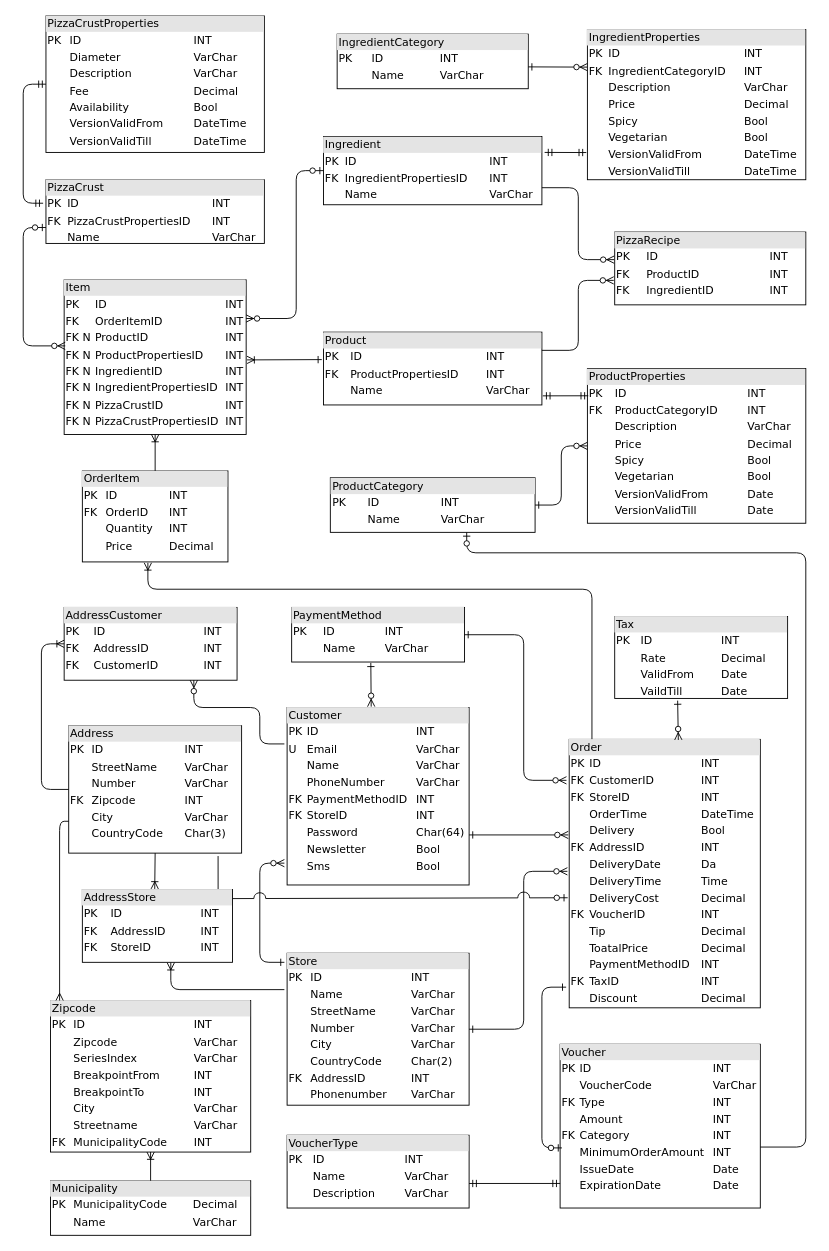
This is DBO_huidige_situatie_last_update.drawio from SlatanEnLexSemester4/Mario-Pizza-Case, a draw.io file, before an edit. Source tidied: cells renumbered, new cells numbered last; positions are measured from the earlier drawing's top-left corner, leaving out a move shared by most shapes. Both pictures are drawn from the tidied source at 91%, with x=0, y=0 at pixel (23, 15).
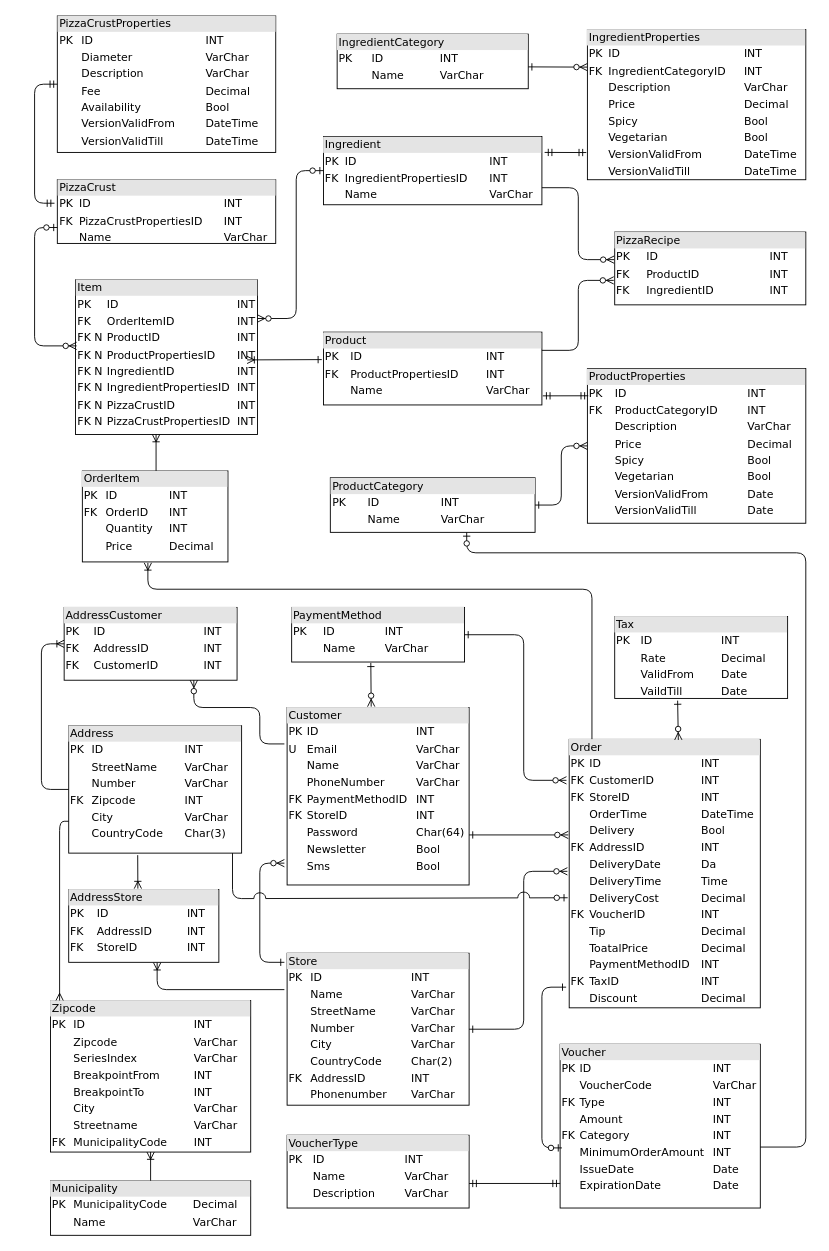
The same diagram, later.

Unchanged cells that the change refers to:
```xml
<mxCell id="13" value="&lt;div style=&quot;box-sizing: border-box ; width: 100% ; background: #e4e4e4 ; padding: 2px&quot;&gt;OrderItem&lt;br&gt;&lt;/div&gt;&lt;table style=&quot;width: 100% ; font-size: 1em&quot; cellspacing=&quot;0&quot; cellpadding=&quot;2&quot;&gt;&lt;tbody&gt;&lt;tr&gt;&lt;td&gt;PK&lt;/td&gt;&lt;td&gt;ID&lt;/td&gt;&lt;td&gt;INT&lt;/td&gt;&lt;/tr&gt;&lt;tr&gt;&lt;td&gt;FK&lt;/td&gt;&lt;td&gt;OrderID&lt;br&gt;&lt;/td&gt;&lt;td&gt;INT&lt;/td&gt;&lt;/tr&gt;&lt;tr&gt;&lt;td&gt;&lt;br&gt;&lt;/td&gt;&lt;td&gt;Quantity&lt;/td&gt;&lt;td&gt;INT&lt;/td&gt;&lt;/tr&gt;&lt;tr&gt;&lt;td&gt;&lt;br&gt;&lt;/td&gt;&lt;td&gt;Price&lt;br&gt;&lt;/td&gt;&lt;td&gt;Decimal&lt;br&gt;&lt;/td&gt;&lt;/tr&gt;&lt;/tbody&gt;&lt;/table&gt;" style="verticalAlign=top;align=left;overflow=fill;html=1;rounded=0;shadow=0;comic=0;labelBackgroundColor=none;strokeWidth=1;fontFamily=Verdana;fontSize=12;" parent="1" vertex="1">
  <mxGeometry x="65" y="500" width="160" height="100" as="geometry" />
</mxCell>
<mxCell id="14" value="&lt;div style=&quot;box-sizing: border-box ; width: 100% ; background: #e4e4e4 ; padding: 2px&quot;&gt;Order&lt;br&gt;&lt;/div&gt;&lt;table style=&quot;width: 100% ; font-size: 1em&quot; cellspacing=&quot;0&quot; cellpadding=&quot;2&quot;&gt;&lt;tbody&gt;&lt;tr&gt;&lt;td&gt;PK&lt;/td&gt;&lt;td&gt;ID&lt;br&gt;&lt;/td&gt;&lt;td&gt;INT&lt;/td&gt;&lt;/tr&gt;&lt;tr&gt;&lt;td&gt;FK&lt;/td&gt;&lt;td&gt;CustomerID&lt;br&gt;&lt;/td&gt;&lt;td&gt;INT&lt;/td&gt;&lt;/tr&gt;&lt;tr&gt;&lt;td&gt;FK&lt;/td&gt;&lt;td&gt;StoreID&lt;/td&gt;&lt;td&gt;INT&lt;/td&gt;&lt;/tr&gt;&lt;tr&gt;&lt;td&gt;&lt;br&gt;&lt;/td&gt;&lt;td&gt;OrderTime&lt;/td&gt;&lt;td&gt;DateTime&lt;/td&gt;&lt;/tr&gt;&lt;tr&gt;&lt;td&gt;&lt;br&gt;&lt;/td&gt;&lt;td&gt;Delivery&lt;/td&gt;&lt;td&gt;Bool&lt;/td&gt;&lt;/tr&gt;&lt;tr&gt;&lt;td&gt;FK&lt;/td&gt;&lt;td&gt;AddressID&lt;/td&gt;&lt;td&gt;INT&lt;/td&gt;&lt;/tr&gt;&lt;tr&gt;&lt;td&gt;&lt;br&gt;&lt;/td&gt;&lt;td&gt;DeliveryDate&lt;/td&gt;&lt;td&gt;Da&lt;/td&gt;&lt;/tr&gt;&lt;tr&gt;&lt;td&gt;&lt;br&gt;&lt;/td&gt;&lt;td&gt;DeliveryTime&lt;/td&gt;&lt;td&gt;Time&lt;/td&gt;&lt;/tr&gt;&lt;tr&gt;&lt;td&gt;&lt;br&gt;&lt;/td&gt;&lt;td&gt;DeliveryCost&lt;/td&gt;&lt;td&gt;Decimal&lt;/td&gt;&lt;/tr&gt;&lt;tr&gt;&lt;td&gt;FK&lt;/td&gt;&lt;td&gt;VoucherID&lt;/td&gt;&lt;td&gt;INT&lt;/td&gt;&lt;/tr&gt;&lt;tr&gt;&lt;td&gt;&lt;br&gt;&lt;/td&gt;&lt;td&gt;Tip&lt;/td&gt;&lt;td&gt;Decimal&lt;br&gt;&lt;/td&gt;&lt;/tr&gt;&lt;tr&gt;&lt;td&gt;&lt;br&gt;&lt;/td&gt;&lt;td&gt;ToatalPrice&lt;/td&gt;&lt;td&gt;Decimal&lt;/td&gt;&lt;/tr&gt;&lt;tr&gt;&lt;td&gt;&lt;br&gt;&lt;/td&gt;&lt;td&gt;PaymentMethodID&lt;/td&gt;&lt;td&gt;INT&lt;br&gt;&lt;/td&gt;&lt;/tr&gt;&lt;tr&gt;&lt;td&gt;FK&lt;/td&gt;&lt;td&gt;TaxID&lt;/td&gt;&lt;td&gt;INT&lt;/td&gt;&lt;/tr&gt;&lt;tr&gt;&lt;td&gt;&lt;br&gt;&lt;/td&gt;&lt;td&gt;Discount&lt;/td&gt;&lt;td&gt;Decimal&lt;/td&gt;&lt;/tr&gt;&lt;/tbody&gt;&lt;/table&gt;" style="verticalAlign=top;align=left;overflow=fill;html=1;rounded=0;shadow=0;comic=0;labelBackgroundColor=none;strokeWidth=1;fontFamily=Verdana;fontSize=12;" parent="1" vertex="1">
  <mxGeometry x="600" y="795" width="210" height="295" as="geometry" />
</mxCell>
<mxCell id="17" value="&lt;div style=&quot;box-sizing: border-box ; width: 100% ; background: #e4e4e4 ; padding: 2px&quot;&gt;Address&lt;br&gt;&lt;/div&gt;&lt;table style=&quot;width: 100% ; font-size: 1em&quot; cellspacing=&quot;0&quot; cellpadding=&quot;2&quot;&gt;&lt;tbody&gt;&lt;tr&gt;&lt;td&gt;PK&lt;/td&gt;&lt;td&gt;ID&lt;br&gt;&lt;/td&gt;&lt;td&gt;INT&lt;/td&gt;&lt;/tr&gt;&lt;tr&gt;&lt;td&gt;&lt;br&gt;&lt;/td&gt;&lt;td&gt;StreetName&lt;/td&gt;&lt;td&gt;VarChar&lt;/td&gt;&lt;/tr&gt;&lt;tr&gt;&lt;td&gt;&lt;br&gt;&lt;/td&gt;&lt;td&gt;Number&lt;/td&gt;&lt;td&gt;VarChar&lt;/td&gt;&lt;/tr&gt;&lt;tr&gt;&lt;td&gt;FK&lt;/td&gt;&lt;td&gt;Zipcode&lt;/td&gt;&lt;td&gt;INT&lt;/td&gt;&lt;/tr&gt;&lt;tr&gt;&lt;td&gt;&lt;br&gt;&lt;/td&gt;&lt;td&gt;City&lt;/td&gt;&lt;td&gt;VarChar&lt;/td&gt;&lt;/tr&gt;&lt;tr&gt;&lt;td&gt;&lt;br&gt;&lt;/td&gt;&lt;td&gt;CountryCode&lt;/td&gt;&lt;td&gt;Char(3)&lt;/td&gt;&lt;/tr&gt;&lt;/tbody&gt;&lt;/table&gt;" style="verticalAlign=top;align=left;overflow=fill;html=1;rounded=0;shadow=0;comic=0;labelBackgroundColor=none;strokeWidth=1;fontFamily=Verdana;fontSize=12;" parent="1" vertex="1">
  <mxGeometry x="50" y="780" width="190" height="140" as="geometry" />
</mxCell>
```

What changed in the source:
```diff
@@
     <mxCell id="3" value="&lt;div style=&quot;box-sizing: border-box ; width: 100% ; background: #e4e4e4 ; padding: 2px&quot;&gt;PizzaCrust&lt;br&gt;&lt;/div&gt;&lt;table style=&quot;width: 100% ; font-size: 1em&quot; cellspacing=&quot;0&quot; cellpadding=&quot;2&quot;&gt;&lt;tbody&gt;&lt;tr&gt;&lt;td&gt;PK&lt;/td&gt;&lt;td&gt;ID&lt;/td&gt;&lt;td&gt;INT&lt;/td&gt;&lt;/tr&gt;&lt;tr&gt;&lt;td&gt;FK&lt;/td&gt;&lt;td&gt;PizzaCrustPropertiesID&lt;/td&gt;&lt;td&gt;INT&lt;/td&gt;&lt;/tr&gt;&lt;tr&gt;&lt;td&gt;&lt;br&gt;&lt;/td&gt;&lt;td&gt;Name&lt;br&gt;&lt;/td&gt;&lt;td&gt;VarChar&lt;/td&gt;&lt;/tr&gt;&lt;/tbody&gt;&lt;/table&gt;" style="verticalAlign=top;align=left;overflow=fill;html=1;rounded=0;shadow=0;comic=0;labelBackgroundColor=none;strokeWidth=1;fontFamily=Verdana;fontSize=12;" parent="1" vertex="1">
-      <mxGeometry x="25" y="180" width="240" height="70" as="geometry" />
+      <mxGeometry x="37.5" y="180" width="240" height="70" as="geometry" />
     </mxCell>
@@
     <mxCell id="19" value="&lt;div style=&quot;box-sizing: border-box ; width: 100% ; background: #e4e4e4 ; padding: 2px&quot;&gt;Item&lt;br&gt;&lt;/div&gt;&lt;table style=&quot;width: 100% ; font-size: 1em&quot; cellspacing=&quot;0&quot; cellpadding=&quot;2&quot;&gt;&lt;tbody&gt;&lt;tr&gt;&lt;td&gt;PK&lt;/td&gt;&lt;td&gt;ID&lt;/td&gt;&lt;td&gt;INT&lt;/td&gt;&lt;/tr&gt;&lt;tr&gt;&lt;td&gt;FK&lt;/td&gt;&lt;td&gt;OrderItemID&lt;br&gt;&lt;/td&gt;&lt;td&gt;INT&lt;/td&gt;&lt;/tr&gt;&lt;tr&gt;&lt;td&gt;FK N&lt;/td&gt;&lt;td&gt;ProductID&lt;/td&gt;&lt;td&gt;INT&lt;/td&gt;&lt;/tr&gt;&lt;tr&gt;&lt;td&gt;FK N&lt;/td&gt;&lt;td&gt;&lt;span style=&quot;background-color: rgb(255 , 255 , 255)&quot;&gt;ProductPropertiesID&lt;/span&gt;&lt;/td&gt;&lt;td&gt;INT&lt;/td&gt;&lt;/tr&gt;&lt;tr&gt;&lt;td&gt;FK N&lt;/td&gt;&lt;td&gt;IngredientID&lt;/td&gt;&lt;td&gt;INT&lt;/td&gt;&lt;/tr&gt;&lt;tr&gt;&lt;td&gt;FK N&lt;/td&gt;&lt;td&gt;&lt;span style=&quot;background-color: rgb(255 , 255 , 255)&quot;&gt;IngredientPropertiesID&lt;/span&gt;&lt;/td&gt;&lt;td&gt;INT&lt;/td&gt;&lt;/tr&gt;&lt;tr&gt;&lt;td&gt;FK N&lt;/td&gt;&lt;td&gt;PizzaCrustID&lt;/td&gt;&lt;td&gt;INT&lt;/td&gt;&lt;/tr&gt;&lt;tr&gt;&lt;td&gt;FK N&lt;/td&gt;&lt;td&gt;&lt;span style=&quot;background-color: rgb(255 , 255 , 255)&quot;&gt;PizzaCrustPropertiesID&lt;/span&gt;&lt;/td&gt;&lt;td&gt;INT&lt;/td&gt;&lt;/tr&gt;&lt;/tbody&gt;&lt;/table&gt;" style="verticalAlign=top;align=left;overflow=fill;html=1;rounded=0;shadow=0;comic=0;labelBackgroundColor=none;strokeWidth=1;fontFamily=Verdana;fontSize=12;" parent="1" vertex="1">
-      <mxGeometry x="45" y="290" width="200" height="170" as="geometry" />
+      <mxGeometry x="57.5" y="290" width="200" height="170" as="geometry" />
     </mxCell>
@@
-    <mxCell id="23" style="fontSize=12;html=1;endArrow=ERoneToMany;endFill=0;exitX=0.5;exitY=0;exitDx=0;exitDy=0;entryX=0.5;entryY=1;entryDx=0;entryDy=0;" parent="1" edge="1" source="13" target="19">
-      <mxGeometry relative="1" as="geometry" />
+    <mxCell id="23" style="fontSize=12;html=1;endArrow=ERoneToMany;endFill=0;" parent="1" edge="1">
+      <mxGeometry relative="1" as="geometry">
+        <mxPoint x="146" y="500" as="sourcePoint" />
+        <mxPoint x="146" y="460" as="targetPoint" />
+      </mxGeometry>
     </mxCell>
     <mxCell id="24" style="fontSize=12;html=1;endArrow=ERzeroToOne;endFill=1;startArrow=ERzeroToMany;startFill=1;exitX=0.006;exitY=0.427;exitDx=0;exitDy=0;entryX=0;entryY=0.75;entryDx=0;entryDy=0;exitPerimeter=0;edgeStyle=orthogonalEdgeStyle;" parent="1" edge="1" source="19" target="3">
       <mxGeometry relative="1" as="geometry">
         <Array as="points">
-          <mxPoint y="363" />
-          <mxPoint y="232" />
+          <mxPoint x="12.5" y="363" />
+          <mxPoint x="12.5" y="232" />
         </Array>
       </mxGeometry>
     </mxCell>
@@
-    <mxCell id="40" style="edgeStyle=orthogonalEdgeStyle;fontSize=12;html=1;endArrow=ERzeroToOne;endFill=1;jumpStyle=arc;jumpSize=13;exitX=0.864;exitY=1.023;exitDx=0;exitDy=0;exitPerimeter=0;entryX=-0.008;entryY=0.59;entryDx=0;entryDy=0;entryPerimeter=0;" parent="1" edge="1" source="17" target="14">
+    <mxCell id="40" style="edgeStyle=orthogonalEdgeStyle;fontSize=12;html=1;endArrow=ERzeroToOne;endFill=1;jumpStyle=arc;jumpSize=13;entryX=-0.008;entryY=0.59;entryDx=0;entryDy=0;entryPerimeter=0;" parent="1" edge="1" source="17" target="14">
       <mxGeometry relative="1" as="geometry">
         <Array as="points">
-          <mxPoint x="214" y="970" />
+          <mxPoint x="230" y="970" />
           <mxPoint x="240" y="970" />
         </Array>
       </mxGeometry>
     </mxCell>
@@
     <mxCell id="43" value="&lt;div style=&quot;box-sizing: border-box ; width: 100% ; background: #e4e4e4 ; padding: 2px&quot;&gt;PizzaCrustProperties&lt;br&gt;&lt;/div&gt;&lt;table style=&quot;width: 100% ; font-size: 1em&quot; cellspacing=&quot;0&quot; cellpadding=&quot;2&quot;&gt;&lt;tbody&gt;&lt;tr&gt;&lt;td&gt;PK&lt;/td&gt;&lt;td&gt;ID&lt;/td&gt;&lt;td&gt;INT&lt;/td&gt;&lt;/tr&gt;&lt;tr&gt;&lt;td&gt;&lt;br&gt;&lt;/td&gt;&lt;td&gt;Diameter&lt;br&gt;&lt;/td&gt;&lt;td&gt;VarChar&lt;/td&gt;&lt;/tr&gt;&lt;tr&gt;&lt;td&gt;&lt;br&gt;&lt;/td&gt;&lt;td&gt;Description&lt;br&gt;&lt;/td&gt;&lt;td&gt;VarChar&lt;/td&gt;&lt;/tr&gt;&lt;tr&gt;&lt;td&gt;&lt;br&gt;&lt;/td&gt;&lt;td&gt;Fee&lt;br&gt;&lt;/td&gt;&lt;td&gt;Decimal&lt;/td&gt;&lt;/tr&gt;&lt;tr&gt;&lt;td&gt;&lt;br&gt;&lt;/td&gt;&lt;td&gt;Availability&lt;br&gt;&lt;/td&gt;&lt;td&gt;Bool&lt;/td&gt;&lt;/tr&gt;&lt;tr&gt;&lt;td&gt;&lt;br&gt;&lt;/td&gt;&lt;td&gt;VersionValidFrom&lt;/td&gt;&lt;td&gt;DateTime&lt;/td&gt;&lt;/tr&gt;&lt;tr&gt;&lt;td&gt;&lt;br&gt;&lt;/td&gt;&lt;td&gt;VersionValidTill&lt;/td&gt;&lt;td&gt;DateTime&lt;/td&gt;&lt;/tr&gt;&lt;/tbody&gt;&lt;/table&gt;" style="verticalAlign=top;align=left;overflow=fill;html=1;rounded=0;shadow=0;comic=0;labelBackgroundColor=none;strokeWidth=1;fontFamily=Verdana;fontSize=12;" parent="1" vertex="1">
-      <mxGeometry x="25" width="240" height="150" as="geometry" />
+      <mxGeometry x="37.5" width="240" height="150" as="geometry" />
     </mxCell>
     <mxCell id="44" style="fontSize=12;html=1;endArrow=ERmandOne;startArrow=ERmandOne;exitX=-0.013;exitY=0.369;exitDx=0;exitDy=0;entryX=0;entryY=0.5;entryDx=0;entryDy=0;exitPerimeter=0;edgeStyle=orthogonalEdgeStyle;" parent="1" edge="1" source="3" target="43">
       <mxGeometry relative="1" as="geometry">
         <Array as="points">
-          <mxPoint y="206" />
-          <mxPoint y="75" />
+          <mxPoint x="12.5" y="206" />
+          <mxPoint x="12.5" y="75" />
         </Array>
       </mxGeometry>
     </mxCell>
@@
     <mxCell id="53" value="&lt;div style=&quot;box-sizing: border-box ; width: 100% ; background: #e4e4e4 ; padding: 2px&quot;&gt;AddressStore&lt;/div&gt;&lt;table style=&quot;width: 100% ; font-size: 1em&quot; cellspacing=&quot;0&quot; cellpadding=&quot;2&quot;&gt;&lt;tbody&gt;&lt;tr&gt;&lt;td&gt;PK&lt;/td&gt;&lt;td&gt;ID&lt;/td&gt;&lt;td&gt;INT&lt;/td&gt;&lt;/tr&gt;&lt;tr&gt;&lt;td&gt;FK&lt;/td&gt;&lt;td&gt;AddressID&lt;br&gt;&lt;/td&gt;&lt;td&gt;INT&lt;/td&gt;&lt;/tr&gt;&lt;tr&gt;&lt;td&gt;FK&lt;/td&gt;&lt;td&gt;StoreID&lt;br&gt;&lt;/td&gt;&lt;td&gt;INT&lt;br&gt;&lt;/td&gt;&lt;/tr&gt;&lt;tr&gt;&lt;td&gt;&lt;br&gt;&lt;/td&gt;&lt;td&gt;&lt;br&gt;&lt;/td&gt;&lt;td&gt;&lt;br&gt;&lt;/td&gt;&lt;/tr&gt;&lt;tr&gt;&lt;td&gt;&lt;br&gt;&lt;/td&gt;&lt;td&gt;&lt;br&gt;&lt;/td&gt;&lt;td&gt;&lt;br&gt;&lt;/td&gt;&lt;/tr&gt;&lt;tr&gt;&lt;td&gt;&lt;br&gt;&lt;/td&gt;&lt;td&gt;&lt;br&gt;&lt;/td&gt;&lt;td&gt;&lt;br&gt;&lt;/td&gt;&lt;/tr&gt;&lt;tr&gt;&lt;td&gt;&lt;br&gt;&lt;/td&gt;&lt;td&gt;&lt;br&gt;&lt;/td&gt;&lt;td&gt;&lt;br&gt;&lt;/td&gt;&lt;/tr&gt;&lt;tr&gt;&lt;td&gt;&lt;br&gt;&lt;/td&gt;&lt;td&gt;&lt;br&gt;&lt;/td&gt;&lt;td&gt;&lt;br&gt;&lt;/td&gt;&lt;/tr&gt;&lt;/tbody&gt;&lt;/table&gt;" style="verticalAlign=top;align=left;overflow=fill;html=1;rounded=0;shadow=0;comic=0;labelBackgroundColor=none;strokeWidth=1;fontFamily=Verdana;fontSize=12;" parent="1" vertex="1">
-      <mxGeometry x="65" y="960" width="165" height="80" as="geometry" />
+      <mxGeometry x="50" y="960" width="165" height="80" as="geometry" />
     </mxCell>
     <mxCell id="54" style="fontSize=12;html=1;endArrow=none;endFill=0;startArrow=ERoneToMany;startFill=0;exitX=0.589;exitY=1.005;exitDx=0;exitDy=0;exitPerimeter=0;edgeStyle=orthogonalEdgeStyle;" parent="1" edge="1" source="53">
       <mxGeometry relative="1" as="geometry">
         <mxPoint x="287" y="1070" as="targetPoint" />
         <Array as="points">
-          <mxPoint x="162" y="1070" />
+          <mxPoint x="147" y="1070" />
         </Array>
       </mxGeometry>
     </mxCell>
-    <mxCell id="55" style="fontSize=12;html=1;endArrow=none;endFill=0;entryX=0.5;entryY=1;entryDx=0;entryDy=0;exitX=0.482;exitY=-0.008;exitDx=0;exitDy=0;startArrow=ERoneToMany;startFill=0;exitPerimeter=0;" parent="1" edge="1" source="53" target="17">
-      <mxGeometry relative="1" as="geometry" />
+    <mxCell id="55" style="fontSize=12;html=1;endArrow=none;endFill=0;entryX=0.399;entryY=1.016;entryDx=0;entryDy=0;startArrow=ERoneToMany;startFill=0;entryPerimeter=0;" parent="1" edge="1" target="17">
+      <mxGeometry relative="1" as="geometry">
+        <mxPoint x="126" y="959" as="sourcePoint" />
+      </mxGeometry>
     </mxCell>
```
